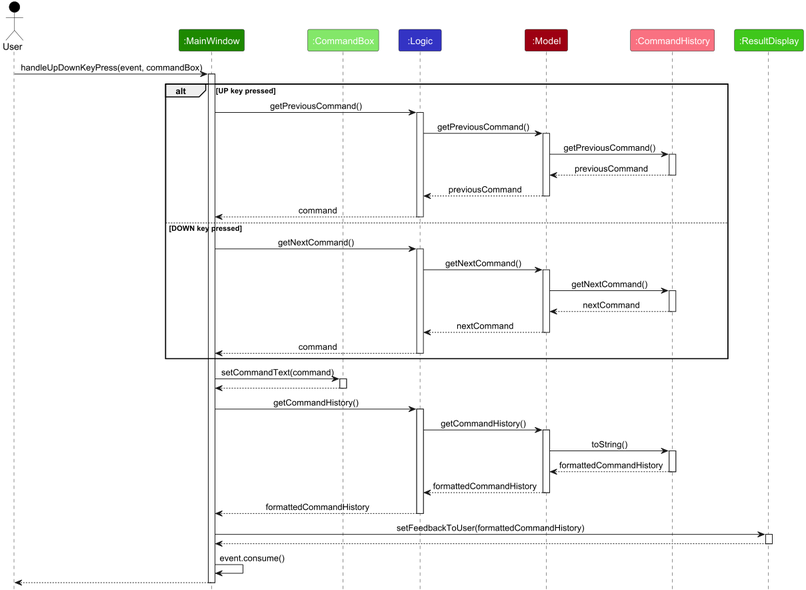
Before: docs/images/CommandHistorySequenceDiagram.png, a diagram exported from PlantUML (Orange-eat97/tp). Its source is kept beside it as docs/diagrams/CommandHistorySequenceDiagram.puml. Its diagram source:
```plantuml
@startuml
!include style.puml
skinparam ArrowFontStyle plain

Actor User as user USER_COLOR
Participant ":MainWindow" as mainWindow UI_COLOR
Participant ":CommandBox" as commandBox UI_COLOR_T1
Participant ":Logic" as logic LOGIC_COLOR
Participant ":Model" as model MODEL_COLOR
Participant ":CommandHistory" as commandHistory MODEL_COLOR_T1
Participant ":ResultDisplay" as resultDisplay UI_COLOR_T2

user -> mainWindow : handleUpDownKeyPress(event, commandBox)
activate mainWindow

alt UP key pressed
    mainWindow -> logic : getPreviousCommand()
    activate logic

    logic -> model : getPreviousCommand()
    activate model

    model -> commandHistory : getPreviousCommand()
    activate commandHistory

    commandHistory --> model : previousCommand
    deactivate commandHistory

    model --> logic : previousCommand
    deactivate model

    logic --> mainWindow : command
    deactivate logic

else DOWN key pressed
    mainWindow -> logic : getNextCommand()
    activate logic

    logic -> model : getNextCommand()
    activate model

    model -> commandHistory : getNextCommand()
    activate commandHistory

    commandHistory --> model : nextCommand
    deactivate commandHistory

    model --> logic : nextCommand
    deactivate model

    logic --> mainWindow : command
    deactivate logic
end



mainWindow -> commandBox : setCommandText(command)
activate commandBox
commandBox --> mainWindow
deactivate commandBox

mainWindow -> logic : getCommandHistory()
activate logic

logic -> model : getCommandHistory()
activate model

model -> commandHistory : toString()
activate commandHistory

commandHistory --> model : formattedCommandHistory
deactivate commandHistory

model --> logic : formattedCommandHistory
deactivate model

logic --> mainWindow : formattedCommandHistory
deactivate logic

mainWindow -> resultDisplay : setFeedbackToUser(formattedCommandHistory)
activate resultDisplay
resultDisplay --> mainWindow
deactivate resultDisplay

mainWindow -> mainWindow : event.consume()

mainWindow --> user
deactivate mainWindow

@enduml
```
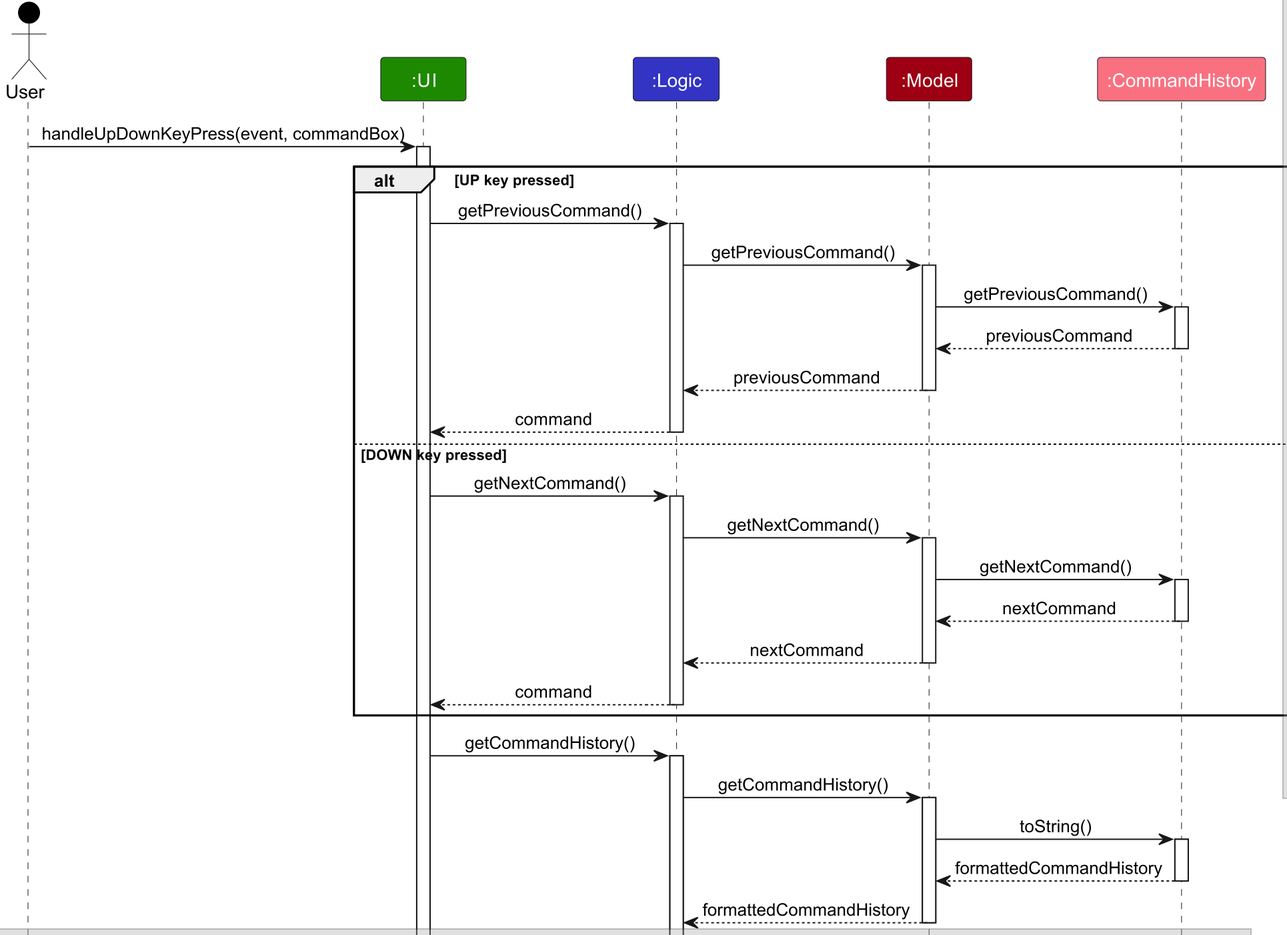
Later version of the same file.

Commit message:
Abstract UI subclasses into UI

What changed in the source:
```diff
@@ -3,18 +3,16 @@
 skinparam ArrowFontStyle plain
 
 Actor User as user USER_COLOR
-Participant ":MainWindow" as mainWindow UI_COLOR
-Participant ":CommandBox" as commandBox UI_COLOR_T1
+Participant ":UI" as ui UI_COLOR
 Participant ":Logic" as logic LOGIC_COLOR
 Participant ":Model" as model MODEL_COLOR
 Participant ":CommandHistory" as commandHistory MODEL_COLOR_T1
-Participant ":ResultDisplay" as resultDisplay UI_COLOR_T2
 
-user -> mainWindow : handleUpDownKeyPress(event, commandBox)
-activate mainWindow
+user -> ui : handleUpDownKeyPress(event, commandBox)
+activate ui
 
 alt UP key pressed
-    mainWindow -> logic : getPreviousCommand()
+    ui -> logic : getPreviousCommand()
     activate logic
 
     logic -> model : getPreviousCommand()
@@ -29,11 +27,11 @@
     model --> logic : previousCommand
     deactivate model
 
-    logic --> mainWindow : command
+    logic --> ui : command
     deactivate logic
 
 else DOWN key pressed
-    mainWindow -> logic : getNextCommand()
+    ui -> logic : getNextCommand()
     activate logic
 
     logic -> model : getNextCommand()
@@ -48,18 +46,12 @@
     model --> logic : nextCommand
     deactivate model
 
-    logic --> mainWindow : command
+    logic --> ui : command
     deactivate logic
 end
 
 
-
-mainWindow -> commandBox : setCommandText(command)
-activate commandBox
-commandBox --> mainWindow
-deactivate commandBox
-
-mainWindow -> logic : getCommandHistory()
+ui -> logic : getCommandHistory()
 activate logic
 
 logic -> model : getCommandHistory()
@@ -74,17 +66,12 @@
 model --> logic : formattedCommandHistory
 deactivate model
 
-logic --> mainWindow : formattedCommandHistory
+logic --> ui : formattedCommandHistory
 deactivate logic
 
-mainWindow -> resultDisplay : setFeedbackToUser(formattedCommandHistory)
-activate resultDisplay
-resultDisplay --> mainWindow
-deactivate resultDisplay
+ui -> ui : event.consume()
 
-mainWindow -> mainWindow : event.consume()
-
-mainWindow --> user
-deactivate mainWindow
+ui --> user
+deactivate ui
 
 @enduml
```
